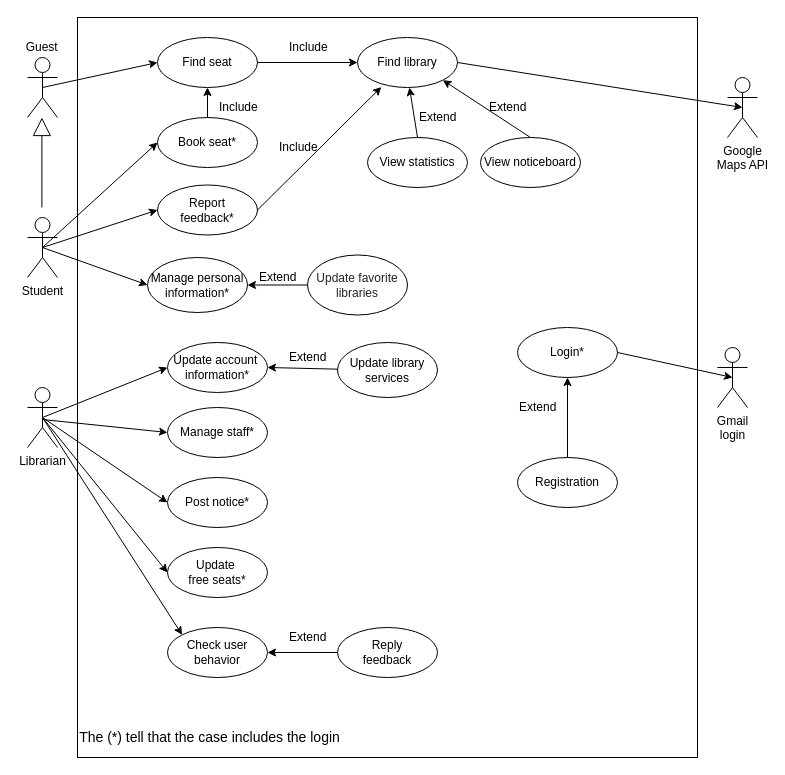
The draw.io diagram Documentazione/Use case diagram.drawio in contiinguniroma2/LibraryApp, before the edit. Source tidied: cells renumbered, new cells numbered last; positions are measured from the earlier drawing's top-left corner, leaving out a move shared by most shapes. Both pictures are drawn from the tidied source at 100%, with x=0, y=0 at pixel (17, 17).
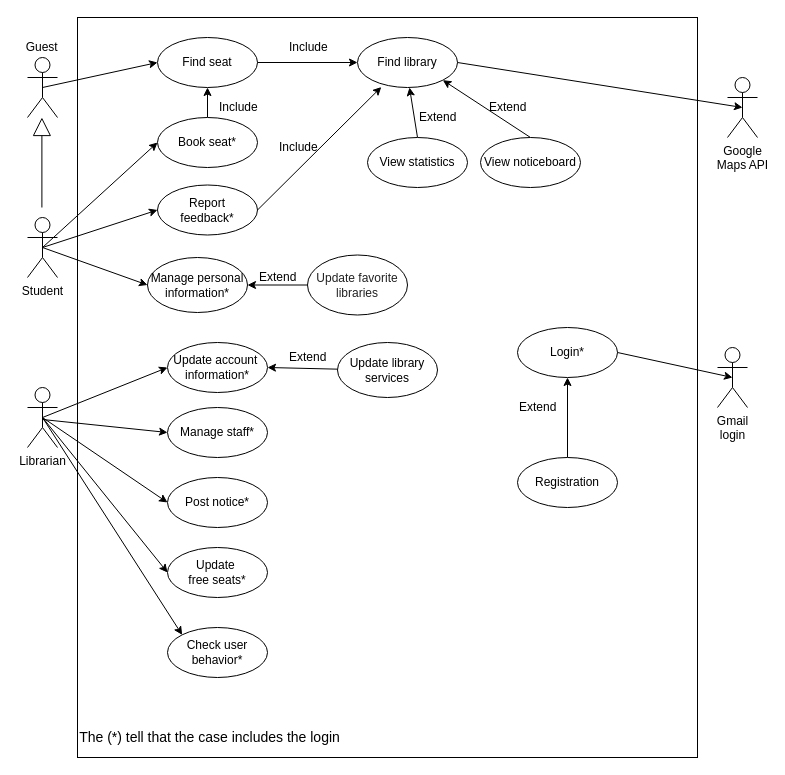
After the change.

Commit message (it also covers changes not shown here):
modifica Use case diagram.pdf e aggiunta activity Davide

What changed in the source:
```diff
@@
-    <mxCell id="15" value="Reply&lt;br&gt;feedback" style="ellipse;whiteSpace=wrap;html=1;" parent="1" vertex="1">
-      <mxGeometry x="320" y="610" width="100" height="50" as="geometry" />
-    </mxCell>
@@
-    <mxCell id="33" style="endArrow=classic;html=1;exitX=0;exitY=0.5;exitDx=0;exitDy=0;entryX=1;entryY=0.5;entryDx=0;entryDy=0;" parent="1" edge="1" source="15" target="55">
-      <mxGeometry relative="1" as="geometry" />
-    </mxCell>
@@
-    <mxCell id="55" value="Check user behavior" style="ellipse;whiteSpace=wrap;html=1;" parent="1" vertex="1">
+    <mxCell id="55" value="Check user behavior*" style="ellipse;whiteSpace=wrap;html=1;" parent="1" vertex="1">
       <mxGeometry x="150" y="610" width="100" height="50" as="geometry" />
     </mxCell>
-    <mxCell id="56" value="Extend" style="text;html=1;align=left;verticalAlign=top;spacingTop=-4;" parent="1" vertex="1">
-      <mxGeometry x="270" y="610" width="50" height="20" as="geometry" />
-    </mxCell>
```
